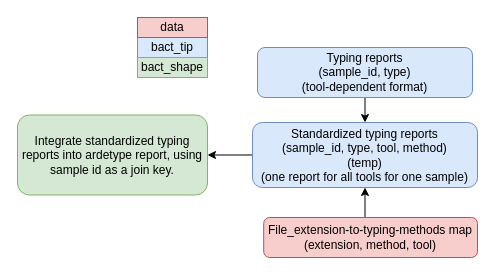
Before: notes/specific_typing_extraction_plan.drawio in NMRL/Ardetype, a draw.io diagram. Source tidied: cells renumbered, new cells numbered last; positions are measured from the earlier drawing's top-left corner, leaving out a move shared by most shapes. Both pictures are drawn from the tidied source at 100%, with x=0, y=0 at pixel (17, 17).
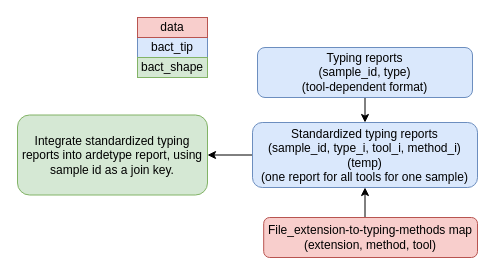
The same page after the edit.

The edit, as a diff of the source:
```diff
@@
 <mxGraphModel>
   <root>
     <mxCell id="0" />
     <mxCell id="1" parent="0" />
     <mxCell id="2" style="edgeStyle=orthogonalEdgeStyle;rounded=0;jettySize=auto;html=1;exitX=0.5;exitY=0;exitDx=0;exitDy=0;entryX=0.5;entryY=1;entryDx=0;entryDy=0;" parent="1" edge="1" source="4" target="7">
       <mxGeometry relative="1" as="geometry" />
     </mxCell>
     <mxCell id="3" style="edgeStyle=orthogonalEdgeStyle;rounded=0;jettySize=auto;html=1;exitX=0.5;exitY=1;exitDx=0;exitDy=0;entryX=0.5;entryY=0;entryDx=0;entryDy=0;" parent="1" edge="1" source="5" target="7">
       <mxGeometry relative="1" as="geometry">
         <Array as="points">
           <mxPoint x="348" y="70" />
         </Array>
       </mxGeometry>
     </mxCell>
     <mxCell id="4" value="&lt;div&gt;File_extension-to-typing-methods map&lt;/div&gt;&lt;div&gt;(extension, method, tool)&lt;br&gt;&lt;/div&gt;" style="rounded=1;whiteSpace=wrap;html=1;fillColor=#f8cecc;strokeColor=#b85450;" parent="1" vertex="1">
       <mxGeometry x="246.2" y="200" width="213.8" height="40" as="geometry" />
     </mxCell>
     <mxCell id="5" value="&lt;div&gt;Typing reports&lt;/div&gt;&lt;div&gt;(sample_id, type)&lt;/div&gt;&lt;div&gt;(tool-dependent format)&lt;/div&gt;" style="rounded=1;whiteSpace=wrap;html=1;fillColor=#dae8fc;strokeColor=#6c8ebf;" parent="1" vertex="1">
       <mxGeometry x="240" y="30" width="215" height="50" as="geometry" />
     </mxCell>
     <mxCell id="6" style="edgeStyle=orthogonalEdgeStyle;rounded=0;jettySize=auto;html=1;exitX=0;exitY=0.5;exitDx=0;exitDy=0;entryX=1;entryY=0.5;entryDx=0;entryDy=0;" parent="1" edge="1" source="7" target="8">
       <mxGeometry relative="1" as="geometry" />
     </mxCell>
-    <mxCell id="7" value="&lt;div&gt;Standardized typing reports&lt;/div&gt;&lt;div&gt;(sample_id, type, tool, method)&lt;/div&gt;&lt;div&gt;(temp) &lt;br&gt;&lt;/div&gt;&lt;div&gt;(one report for all tools for one sample)&lt;/div&gt;" style="rounded=1;whiteSpace=wrap;html=1;fillColor=#dae8fc;strokeColor=#6c8ebf;" parent="1" vertex="1">
+    <mxCell id="7" value="&lt;div&gt;Standardized typing reports&lt;/div&gt;&lt;div&gt;(sample_id, type_i, tool_i, method_i)&lt;/div&gt;&lt;div&gt;(temp) &lt;br&gt;&lt;/div&gt;&lt;div&gt;(one report for all tools for one sample)&lt;/div&gt;" style="rounded=1;whiteSpace=wrap;html=1;fillColor=#dae8fc;strokeColor=#6c8ebf;" parent="1" vertex="1">
       <mxGeometry x="235" y="105" width="225" height="65" as="geometry" />
     </mxCell>
     <mxCell id="8" value="Integrate standardized typing reports into ardetype report, using sample id as a join key." style="rounded=1;whiteSpace=wrap;html=1;fillColor=#d5e8d4;strokeColor=#82b366;" parent="1" vertex="1">
       <mxGeometry y="97.5" width="190" height="80" as="geometry" />
     </mxCell>
     <mxCell id="9" value="bact_tip" style="rounded=0;whiteSpace=wrap;html=1;fillColor=#dae8fc;strokeColor=#6c8ebf;" parent="1" vertex="1">
       <mxGeometry x="120" y="20" width="70" height="20" as="geometry" />
     </mxCell>
     <mxCell id="10" value="bact_shape" style="rounded=0;whiteSpace=wrap;html=1;fillColor=#d5e8d4;strokeColor=#82b366;" parent="1" vertex="1">
       <mxGeometry x="120" y="40" width="70" height="20" as="geometry" />
     </mxCell>
     <mxCell id="11" value="data" style="rounded=0;whiteSpace=wrap;html=1;fillColor=#f8cecc;strokeColor=#b85450;" parent="1" vertex="1">
       <mxGeometry x="120" width="70" height="20" as="geometry" />
     </mxCell>
   </root>
 </mxGraphModel>
```
